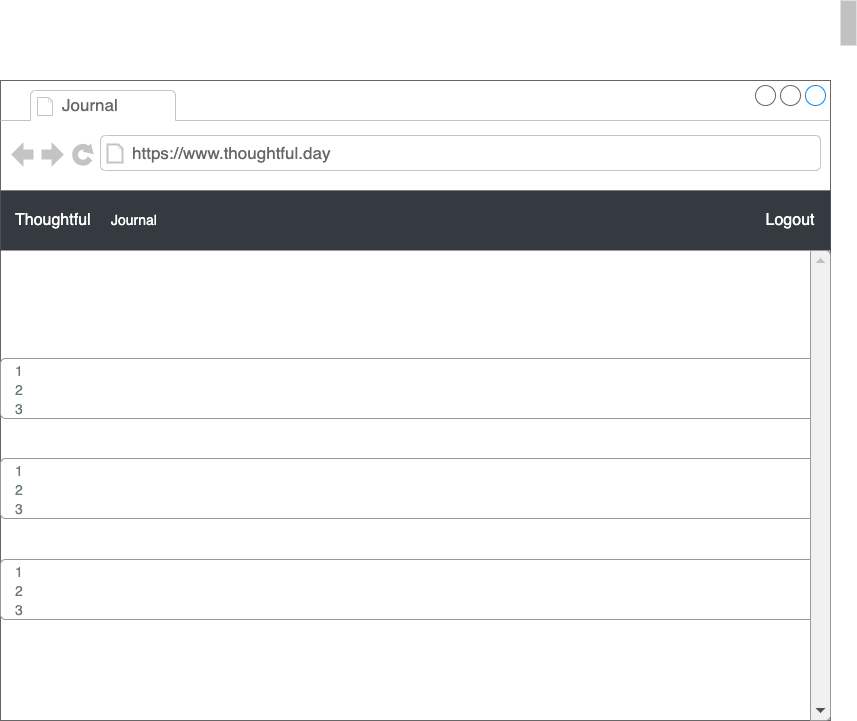
juanedcabrera/project-2 keeps this draw.io diagram as Wireframes-Entry.drawio.png. Above is the earlier version. Source tidied: cells renumbered, new cells last; positions are measured from the earlier drawing's top-left corner, leaving out a move shared by most shapes. Its diagram source:
```xml
<mxGraphModel>
  <root>
    <mxCell id="0" />
    <mxCell id="1" parent="0" />
    <mxCell id="2" style="strokeWidth=1;shadow=0;dashed=0;align=center;html=1;shape=mxgraph.mockup.containers.browserWindow;rSize=0;strokeColor=#666666;strokeColor2=#008cff;strokeColor3=#c4c4c4;mainText=,;" parent="1" vertex="1">
      <mxGeometry width="830" height="640" as="geometry" />
    </mxCell>
    <mxCell id="3" value="Journal" style="strokeWidth=1;shadow=0;dashed=0;align=center;html=1;shape=mxgraph.mockup.containers.anchor;fontSize=17;fontColor=#666666;align=left;" parent="2" vertex="1">
      <mxGeometry x="60" y="12" width="110" height="26" as="geometry" />
    </mxCell>
    <mxCell id="4" value="https://www.thoughtful.day" style="strokeWidth=1;shadow=0;dashed=0;align=center;html=1;shape=mxgraph.mockup.containers.anchor;rSize=0;fontSize=17;fontColor=#666666;align=left;" parent="2" vertex="1">
      <mxGeometry x="130" y="60" width="250" height="26" as="geometry" />
    </mxCell>
    <mxCell id="5" value="Thoughtful" style="html=1;shadow=0;dashed=0;fillColor=#343A40;strokeColor=none;fontSize=16;fontColor=#ffffff;align=left;spacing=15;" parent="2" vertex="1">
      <mxGeometry y="110" width="830" height="60" as="geometry" />
    </mxCell>
    <mxCell id="6" value="Logout" style="html=1;shadow=0;dashed=0;shape=mxgraph.bootstrap.rrect;rSize=5;strokeColor=none;strokeWidth=1;fillColor=#343A40;fontColor=#ffffff;whiteSpace=wrap;align=center;verticalAlign=middle;spacingLeft=0;fontStyle=0;fontSize=16;spacing=5;" parent="5" vertex="1">
      <mxGeometry x="760" y="10" width="60" height="40" as="geometry" />
    </mxCell>
    <mxCell id="7" value="Cras sit amet nibh libero, in gravida nulla. Nulla vel metus scelerisque ante sollicitudin.&amp;nbsp;&lt;br&gt;- Quote Author" style="strokeColor=none;fillColor=none;fontColor=#FFFFFF;perimeter=none;whiteSpace=wrap;align=center;spacing=2;fontSize=14;verticalAlign=top;html=1;" parent="2" vertex="1">
      <mxGeometry y="190" width="830" height="60" as="geometry" />
    </mxCell>
    <mxCell id="8" value="I am grateful for:" style="fillColor=none;strokeColor=none;align=center;fontSize=14;fontColor=#FFFFFF;" parent="2" vertex="1">
      <mxGeometry width="830" height="40" relative="1" as="geometry">
        <mxPoint y="240" as="offset" />
      </mxGeometry>
    </mxCell>
    <mxCell id="9" style="html=1;shadow=0;dashed=0;shape=mxgraph.bootstrap.rrect;rSize=5;fillColor=none;strokeColor=#999999;align=left;spacing=15;fontSize=14;fontColor=#6C767D;" parent="2" vertex="1">
      <mxGeometry width="830" height="60" relative="1" as="geometry">
        <mxPoint y="278" as="offset" />
      </mxGeometry>
    </mxCell>
    <mxCell id="10" value="1" style="fillColor=none;strokeColor=none;align=left;spacing=15;fontSize=14;fontColor=#6C767D;" parent="9" vertex="1">
      <mxGeometry width="810" height="20" relative="1" as="geometry">
        <mxPoint y="2" as="offset" />
      </mxGeometry>
    </mxCell>
    <mxCell id="11" value="2" style="fillColor=none;strokeColor=none;align=left;spacing=15;fontSize=14;fontColor=#6C767D;" parent="9" vertex="1">
      <mxGeometry width="780" height="20" relative="1" as="geometry">
        <mxPoint y="21" as="offset" />
      </mxGeometry>
    </mxCell>
    <mxCell id="12" value="3" style="fillColor=none;strokeColor=none;align=left;spacing=15;fontSize=14;fontColor=#6C767D;" parent="9" vertex="1">
      <mxGeometry width="780" height="20" relative="1" as="geometry">
        <mxPoint y="40" as="offset" />
      </mxGeometry>
    </mxCell>
    <mxCell id="13" value="What would make today great?" style="fillColor=none;strokeColor=none;align=center;fontSize=14;fontColor=#FFFFFF;" parent="1" vertex="1">
      <mxGeometry y="340" width="830" height="40" as="geometry" />
    </mxCell>
    <mxCell id="14" style="html=1;shadow=0;dashed=0;shape=mxgraph.bootstrap.rrect;rSize=5;fillColor=none;strokeColor=#999999;align=left;spacing=15;fontSize=14;fontColor=#6C767D;" parent="1" vertex="1">
      <mxGeometry y="378" width="830" height="60" as="geometry" />
    </mxCell>
    <mxCell id="15" value="1" style="fillColor=none;strokeColor=none;align=left;spacing=15;fontSize=14;fontColor=#6C767D;" parent="14" vertex="1">
      <mxGeometry width="810" height="20" relative="1" as="geometry">
        <mxPoint y="2" as="offset" />
      </mxGeometry>
    </mxCell>
    <mxCell id="16" value="2" style="fillColor=none;strokeColor=none;align=left;spacing=15;fontSize=14;fontColor=#6C767D;" parent="14" vertex="1">
      <mxGeometry width="780" height="20" relative="1" as="geometry">
        <mxPoint y="21" as="offset" />
      </mxGeometry>
    </mxCell>
    <mxCell id="17" value="3" style="fillColor=none;strokeColor=none;align=left;spacing=15;fontSize=14;fontColor=#6C767D;" parent="14" vertex="1">
      <mxGeometry width="780" height="20" relative="1" as="geometry">
        <mxPoint y="40" as="offset" />
      </mxGeometry>
    </mxCell>
    <mxCell id="18" value="Daily Affirmation. I am..." style="fillColor=none;strokeColor=none;align=center;fontSize=14;fontColor=#FFFFFF;" parent="1" vertex="1">
      <mxGeometry y="441" width="830" height="40" as="geometry" />
    </mxCell>
    <mxCell id="19" style="html=1;shadow=0;dashed=0;shape=mxgraph.bootstrap.rrect;rSize=5;fillColor=none;strokeColor=#999999;align=left;spacing=15;fontSize=14;fontColor=#6C767D;" parent="1" vertex="1">
      <mxGeometry y="479" width="830" height="60" as="geometry" />
    </mxCell>
    <mxCell id="20" value="1" style="fillColor=none;strokeColor=none;align=left;spacing=15;fontSize=14;fontColor=#6C767D;" parent="19" vertex="1">
      <mxGeometry width="810" height="20" relative="1" as="geometry">
        <mxPoint y="2" as="offset" />
      </mxGeometry>
    </mxCell>
    <mxCell id="21" value="2" style="fillColor=none;strokeColor=none;align=left;spacing=15;fontSize=14;fontColor=#6C767D;" parent="19" vertex="1">
      <mxGeometry width="780" height="20" relative="1" as="geometry">
        <mxPoint y="21" as="offset" />
      </mxGeometry>
    </mxCell>
    <mxCell id="22" value="3" style="fillColor=none;strokeColor=none;align=left;spacing=15;fontSize=14;fontColor=#6C767D;" parent="19" vertex="1">
      <mxGeometry width="780" height="20" relative="1" as="geometry">
        <mxPoint y="40" as="offset" />
      </mxGeometry>
    </mxCell>
    <mxCell id="23" value="Today's wins" style="fillColor=none;strokeColor=none;align=center;fontSize=14;fontColor=#FFFFFF;" parent="1" vertex="1">
      <mxGeometry y="580" width="830" height="40" as="geometry" />
    </mxCell>
    <mxCell id="24" value="Journal" style="fillColor=none;strokeColor=none;fontSize=14;fontColor=#FFFFFF;align=center;" parent="1" vertex="1">
      <mxGeometry x="99" y="119" width="70" height="40" as="geometry" />
    </mxCell>
    <mxCell id="25" style="html=1;shadow=0;dashed=0;shape=mxgraph.bootstrap.rightButton;rSize=5;fillColor=#F1F1F1;strokeColor=#999999;fontSize=15;fontColor=#FFFFFF;" parent="1" vertex="1">
      <mxGeometry x="810" y="170" width="20" height="470" as="geometry">
        <mxPoint x="10" y="-400" as="offset" />
      </mxGeometry>
    </mxCell>
    <mxCell id="26" style="fillColor=#C1C1C1;strokeColor=none;fontSize=15;fontColor=#FFFFFF;" parent="25" vertex="1">
      <mxGeometry width="16" height="45" relative="1" as="geometry">
        <mxPoint x="30" y="-250" as="offset" />
      </mxGeometry>
    </mxCell>
    <mxCell id="27" style="shape=triangle;direction=north;fillColor=#C1C1C1;strokeColor=none;perimeter=none;fontSize=15;fontColor=#FFFFFF;" parent="25" vertex="1">
      <mxGeometry width="10" height="5" relative="1" as="geometry">
        <mxPoint x="5" y="7.5" as="offset" />
      </mxGeometry>
    </mxCell>
    <mxCell id="28" style="shape=triangle;direction=south;fillColor=#505050;strokeColor=none;perimeter=none;fontSize=15;fontColor=#FFFFFF;" parent="25" vertex="1">
      <mxGeometry y="1" width="10" height="5" relative="1" as="geometry">
        <mxPoint x="5" y="-12.5" as="offset" />
      </mxGeometry>
    </mxCell>
  </root>
</mxGraphModel>
```
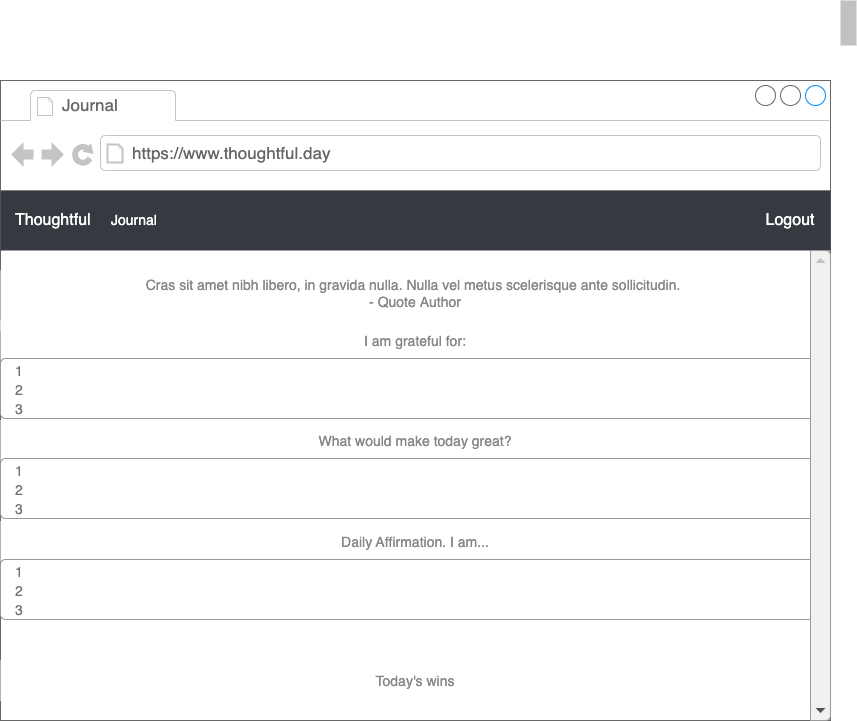
After the commit.

Diff of the diagram source:
```diff
@@ -17,10 +17,10 @@
     <mxCell id="6" value="Logout" style="html=1;shadow=0;dashed=0;shape=mxgraph.bootstrap.rrect;rSize=5;strokeColor=none;strokeWidth=1;fillColor=#343A40;fontColor=#ffffff;whiteSpace=wrap;align=center;verticalAlign=middle;spacingLeft=0;fontStyle=0;fontSize=16;spacing=5;" parent="5" vertex="1">
       <mxGeometry x="760" y="10" width="60" height="40" as="geometry" />
     </mxCell>
-    <mxCell id="7" value="Cras sit amet nibh libero, in gravida nulla. Nulla vel metus scelerisque ante sollicitudin.&amp;nbsp;&lt;br&gt;- Quote Author" style="strokeColor=none;fillColor=none;fontColor=#FFFFFF;perimeter=none;whiteSpace=wrap;align=center;spacing=2;fontSize=14;verticalAlign=top;html=1;" parent="2" vertex="1">
+    <mxCell id="7" value="Cras sit amet nibh libero, in gravida nulla. Nulla vel metus scelerisque ante sollicitudin.&amp;nbsp;&lt;br&gt;- Quote Author" style="strokeColor=none;fillColor=default;fontColor=#878787;perimeter=none;whiteSpace=wrap;align=center;spacing=2;fontSize=14;verticalAlign=top;html=1;labelBackgroundColor=default;" parent="2" vertex="1">
       <mxGeometry y="190" width="830" height="60" as="geometry" />
     </mxCell>
-    <mxCell id="8" value="I am grateful for:" style="fillColor=none;strokeColor=none;align=center;fontSize=14;fontColor=#FFFFFF;" parent="2" vertex="1">
+    <mxCell id="8" value="I am grateful for:" style="fillColor=default;strokeColor=none;align=center;fontSize=14;fontColor=#878787;labelBackgroundColor=default;" parent="2" vertex="1">
       <mxGeometry width="830" height="40" relative="1" as="geometry">
         <mxPoint y="240" as="offset" />
       </mxGeometry>
@@ -45,7 +45,7 @@
         <mxPoint y="40" as="offset" />
       </mxGeometry>
     </mxCell>
-    <mxCell id="13" value="What would make today great?" style="fillColor=none;strokeColor=none;align=center;fontSize=14;fontColor=#FFFFFF;" parent="1" vertex="1">
+    <mxCell id="13" value="What would make today great?" style="fillColor=default;strokeColor=none;align=center;fontSize=14;fontColor=#878787;labelBackgroundColor=default;" parent="1" vertex="1">
       <mxGeometry y="340" width="830" height="40" as="geometry" />
     </mxCell>
     <mxCell id="14" style="html=1;shadow=0;dashed=0;shape=mxgraph.bootstrap.rrect;rSize=5;fillColor=none;strokeColor=#999999;align=left;spacing=15;fontSize=14;fontColor=#6C767D;" parent="1" vertex="1">
@@ -66,7 +66,7 @@
         <mxPoint y="40" as="offset" />
       </mxGeometry>
     </mxCell>
-    <mxCell id="18" value="Daily Affirmation. I am..." style="fillColor=none;strokeColor=none;align=center;fontSize=14;fontColor=#FFFFFF;" parent="1" vertex="1">
+    <mxCell id="18" value="Daily Affirmation. I am..." style="fillColor=default;strokeColor=none;align=center;fontSize=14;fontColor=#878787;labelBackgroundColor=default;" parent="1" vertex="1">
       <mxGeometry y="441" width="830" height="40" as="geometry" />
     </mxCell>
     <mxCell id="19" style="html=1;shadow=0;dashed=0;shape=mxgraph.bootstrap.rrect;rSize=5;fillColor=none;strokeColor=#999999;align=left;spacing=15;fontSize=14;fontColor=#6C767D;" parent="1" vertex="1">
@@ -87,7 +87,7 @@
         <mxPoint y="40" as="offset" />
       </mxGeometry>
     </mxCell>
-    <mxCell id="23" value="Today's wins" style="fillColor=none;strokeColor=none;align=center;fontSize=14;fontColor=#FFFFFF;" parent="1" vertex="1">
+    <mxCell id="23" value="Today's wins" style="fillColor=default;strokeColor=none;align=center;fontSize=14;fontColor=#878787;labelBackgroundColor=default;" parent="1" vertex="1">
       <mxGeometry y="580" width="830" height="40" as="geometry" />
     </mxCell>
     <mxCell id="24" value="Journal" style="fillColor=none;strokeColor=none;fontSize=14;fontColor=#FFFFFF;align=center;" parent="1" vertex="1">
```
